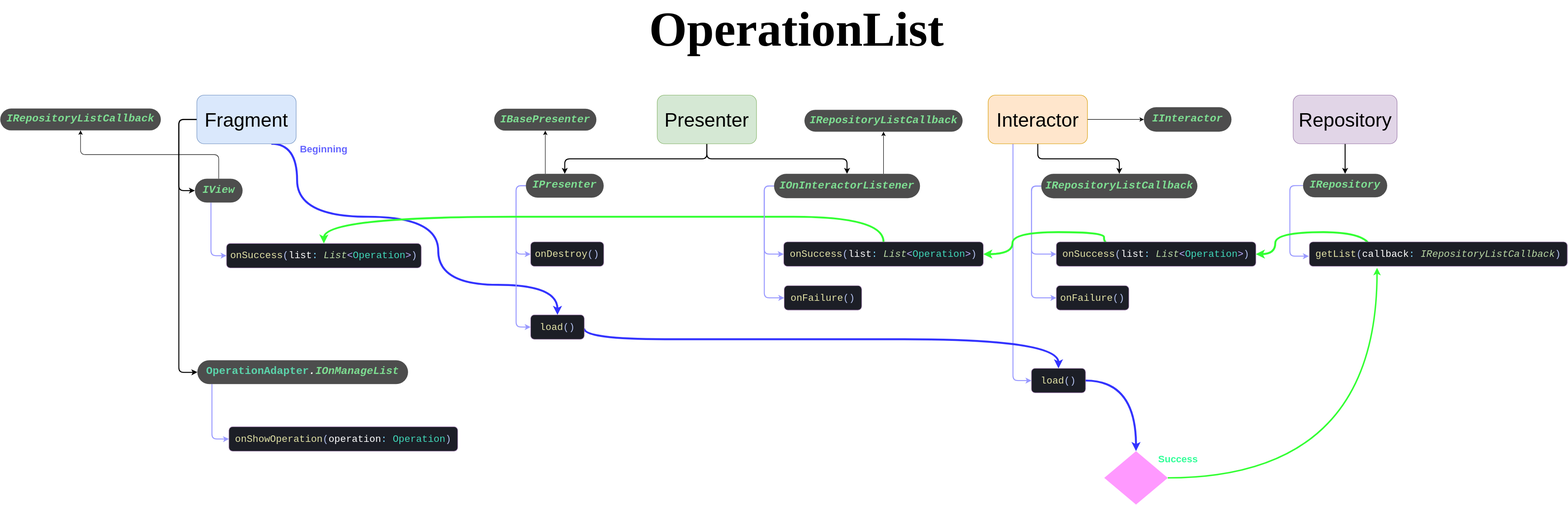
Before: MVP OperationList Scheme.svg, a diagram exported from draw.io (ElianFabian/android-mvp-calculator). Source tidied: cells renumbered, new cells last; positions are measured from the earlier drawing's top-left corner, leaving out a move shared by most shapes.
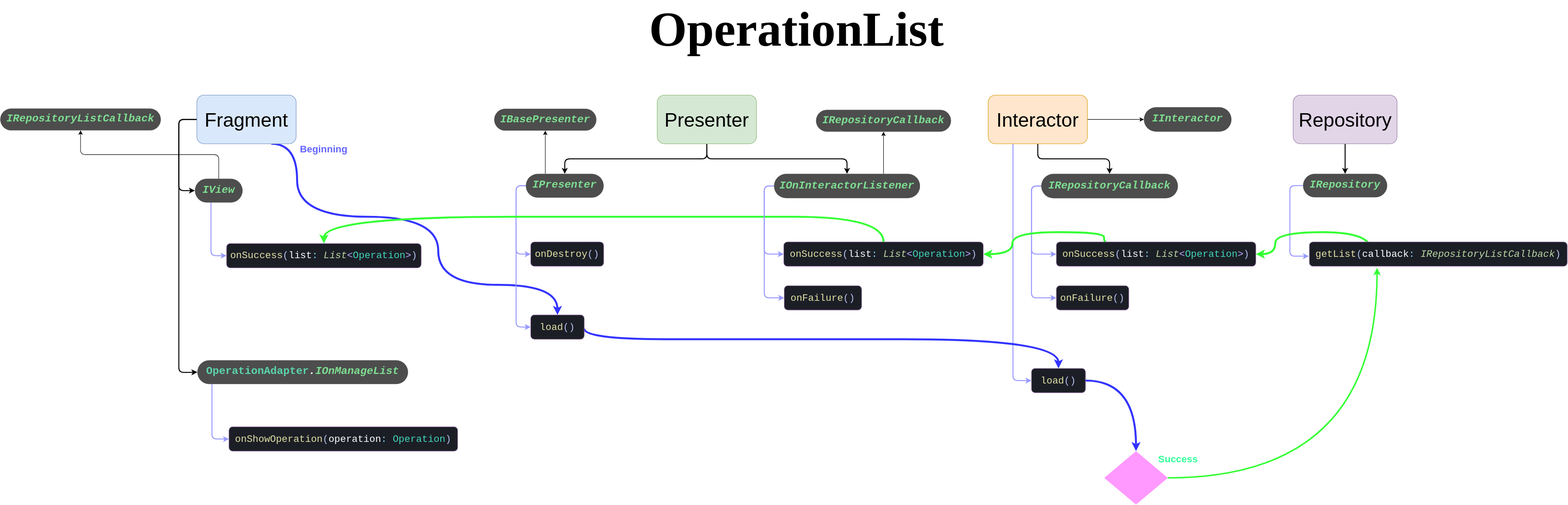
Later version of the same file.

The edit, as a diff of the source:
```diff
@@ -88,8 +88,8 @@
     <mxCell id="21" value="&lt;pre style=&quot;font-family: &amp;quot;jetbrains mono&amp;quot;, monospace; font-size: 20px;&quot;&gt;&lt;pre style=&quot;background-color: rgb(28, 30, 38); color: rgb(182, 196, 242); font-family: &amp;quot;jetbrains mono&amp;quot;, monospace; font-size: 20px;&quot;&gt;&lt;pre style=&quot;font-family: &amp;quot;jetbrains mono&amp;quot;, monospace; font-size: 20px;&quot;&gt;&lt;pre style=&quot;font-family: &amp;quot;jetbrains mono&amp;quot;, monospace; font-size: 20px;&quot;&gt;&lt;pre style=&quot;font-family: &amp;quot;jetbrains mono&amp;quot;, monospace; font-size: 20px;&quot;&gt;&lt;span style=&quot;color: rgb(225, 225, 165); font-size: 20px;&quot;&gt;onFailure&lt;/span&gt;&lt;span style=&quot;color: rgb(180, 194, 240); font-size: 20px;&quot;&gt;()&lt;/span&gt;&lt;/pre&gt;&lt;/pre&gt;&lt;/pre&gt;&lt;/pre&gt;&lt;/pre&gt;" style="rounded=1;whiteSpace=wrap;html=1;strokeColor=#9673a6;shadow=0;sketch=0;glass=0;fillColor=#1c1e26;fontSize=20;" parent="1" vertex="1">
       <mxGeometry x="1611" y="556.8" width="159" height="50" as="geometry" />
     </mxCell>
-    <mxCell id="22" value="&lt;pre style=&quot;font-family: &amp;#34;jetbrains mono&amp;#34; , monospace ; font-size: 22px&quot;&gt;&lt;span style=&quot;font-style: italic ; font-size: 22px&quot;&gt;&lt;span style=&quot;font-size: 22px&quot;&gt;&lt;font style=&quot;font-size: 22px&quot;&gt;IRepositoryListCallback&lt;/font&gt;&lt;/span&gt;&lt;/span&gt;&lt;/pre&gt;" style="rounded=1;whiteSpace=wrap;html=1;strokeWidth=1;arcSize=50;fontSize=22;fontColor=#7EDE92;fontStyle=1;strokeColor=none;fillColor=#4D4D4D;" parent="1" vertex="1">
-      <mxGeometry x="1652.5" y="195.1" width="325" height="45" as="geometry" />
+    <mxCell id="22" value="&lt;pre style=&quot;font-family: &amp;#34;jetbrains mono&amp;#34; , monospace ; font-size: 22px&quot;&gt;&lt;span style=&quot;font-style: italic ; font-size: 22px&quot;&gt;&lt;span style=&quot;font-size: 22px&quot;&gt;&lt;font style=&quot;font-size: 22px&quot;&gt;IRepositoryCallback&lt;/font&gt;&lt;/span&gt;&lt;/span&gt;&lt;/pre&gt;" style="rounded=1;whiteSpace=wrap;html=1;strokeWidth=1;arcSize=50;fontSize=22;fontColor=#7EDE92;fontStyle=1;strokeColor=none;fillColor=#4D4D4D;" parent="1" vertex="1">
+      <mxGeometry x="1676.2" y="195.1" width="277.5" height="45" as="geometry" />
     </mxCell>
     <mxCell id="23" style="edgeStyle=orthogonalEdgeStyle;rounded=0;jettySize=auto;html=1;exitX=0.25;exitY=0;exitDx=0;exitDy=0;" parent="1" edge="1" source="24" target="15">
       <mxGeometry relative="1" as="geometry" />
@@ -127,8 +127,8 @@
     <mxCell id="32" value="&lt;pre style=&quot;font-family: &amp;#34;jetbrains mono&amp;#34; , monospace ; font-size: 22px&quot;&gt;&lt;span style=&quot;font-style: italic ; font-size: 22px&quot;&gt;&lt;span style=&quot;font-size: 22px&quot;&gt;&lt;font style=&quot;font-size: 22px&quot; color=&quot;#7ede92&quot;&gt;IRepositoryListCallback&lt;/font&gt;&lt;/span&gt;&lt;/span&gt;&lt;/pre&gt;" style="rounded=1;whiteSpace=wrap;html=1;strokeWidth=1;arcSize=50;fontSize=22;fontColor=#8CC985;fontStyle=1;strokeColor=none;fillColor=#4D4D4D;" parent="1" vertex="1">
       <mxGeometry y="192.5" width="330" height="45" as="geometry" />
     </mxCell>
-    <mxCell id="33" value="&lt;pre style=&quot;font-family: &amp;#34;jetbrains mono&amp;#34; , monospace ; font-size: 22px&quot;&gt;&lt;span style=&quot;font-style: italic ; font-size: 22px&quot;&gt;&lt;span style=&quot;font-size: 22px&quot;&gt;&lt;font style=&quot;font-size: 22px&quot;&gt;IRepositoryListCallback&lt;/font&gt;&lt;/span&gt;&lt;/span&gt;&lt;/pre&gt;" style="rounded=1;whiteSpace=wrap;html=1;strokeWidth=1;arcSize=50;fontSize=22;fontColor=#7EDE92;fontStyle=1;strokeColor=none;fillColor=#4D4D4D;" parent="1" vertex="1">
-      <mxGeometry x="2139.1" y="326.8" width="320.9" height="50.2" as="geometry" />
+    <mxCell id="33" value="&lt;pre style=&quot;font-family: &amp;#34;jetbrains mono&amp;#34; , monospace ; font-size: 22px&quot;&gt;&lt;span style=&quot;font-style: italic ; font-size: 22px&quot;&gt;&lt;span style=&quot;font-size: 22px&quot;&gt;&lt;font style=&quot;font-size: 22px&quot;&gt;IRepositoryCallback&lt;/font&gt;&lt;/span&gt;&lt;/span&gt;&lt;/pre&gt;" style="rounded=1;whiteSpace=wrap;html=1;strokeWidth=1;arcSize=50;fontSize=22;fontColor=#7EDE92;fontStyle=1;strokeColor=none;fillColor=#4D4D4D;" parent="1" vertex="1">
+      <mxGeometry x="2139.1" y="326.8" width="280.9" height="50.2" as="geometry" />
     </mxCell>
     <mxCell id="34" value="&lt;pre style=&quot;font-family: &amp;#34;jetbrains mono&amp;#34; , monospace&quot;&gt;&lt;pre style=&quot;background-color: #1c1e26 ; color: #b6c4f2 ; font-family: &amp;#34;jetbrains mono&amp;#34; , monospace ; font-size: 8 3pt&quot;&gt;&lt;pre style=&quot;font-family: &amp;#34;jetbrains mono&amp;#34; , monospace ; font-size: 20px&quot;&gt;&lt;pre style=&quot;font-family: &amp;#34;jetbrains mono&amp;#34; , monospace&quot;&gt;&lt;pre style=&quot;font-family: &amp;#34;jetbrains mono&amp;#34; , monospace&quot;&gt;&lt;span style=&quot;color: #e1e1a5&quot;&gt;onSuccess&lt;/span&gt;&lt;span style=&quot;color: #b4c2f0&quot;&gt;(&lt;/span&gt;&lt;span style=&quot;color: #ffffff&quot;&gt;list&lt;/span&gt;&lt;span style=&quot;color: #7fdaff&quot;&gt;: &lt;/span&gt;&lt;span style=&quot;color: #b8d7a3 ; font-style: italic&quot;&gt;List&lt;/span&gt;&lt;span style=&quot;color: #baacff&quot;&gt;&amp;lt;&lt;/span&gt;&lt;span style=&quot;color: #40d6b8&quot;&gt;Operation&lt;/span&gt;&lt;span style=&quot;color: #baacff&quot;&gt;&amp;gt;&lt;/span&gt;&lt;span style=&quot;color: #b4c2f0&quot;&gt;)&lt;/span&gt;&lt;/pre&gt;&lt;/pre&gt;&lt;/pre&gt;&lt;/pre&gt;&lt;/pre&gt;" style="rounded=1;whiteSpace=wrap;html=1;strokeColor=#9673a6;shadow=0;sketch=0;glass=0;fillColor=#1c1e26;" parent="1" vertex="1">
       <mxGeometry x="465" y="470" width="400" height="50" as="geometry" />
```
